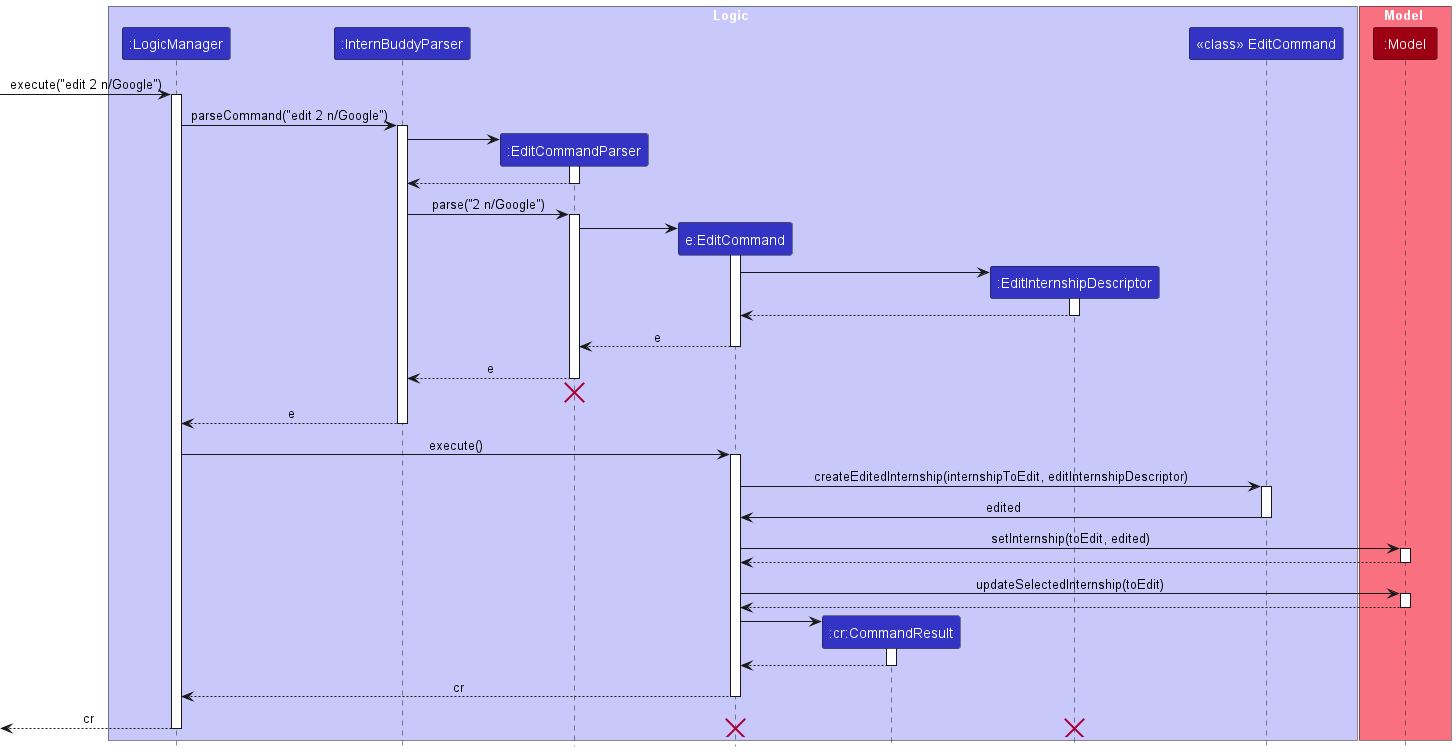
Before: docs/images/EditSequenceDiagram.png, a diagram exported from PlantUML (nus-cs2103-AY2223S2/tp).
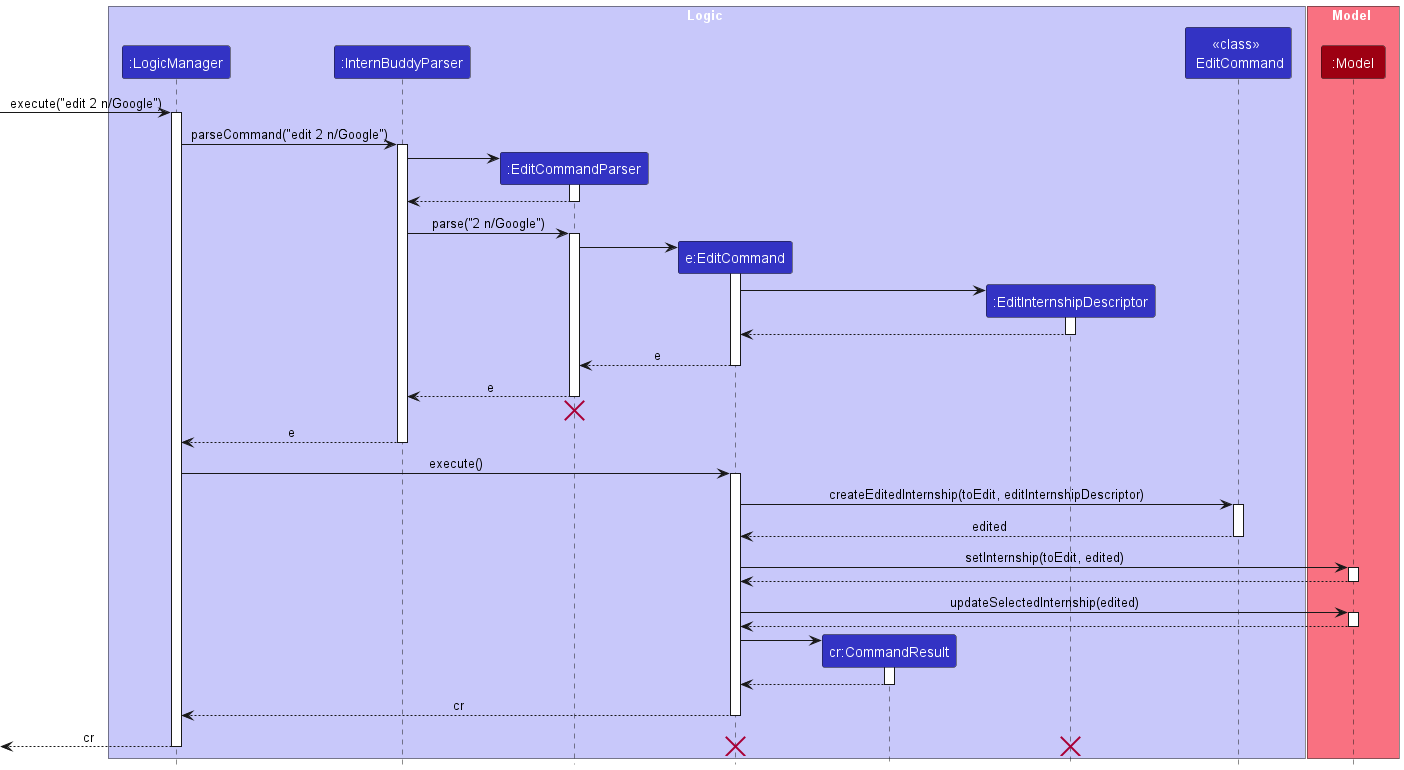
The same diagram one commit later.

Commit message:
update sequence diagram

What changed in the source:
```diff
@@ -6,9 +6,9 @@
 participant ":InternBuddyParser" as InternBuddyParser LOGIC_COLOR
 participant ":EditCommandParser" as EditCommandParser LOGIC_COLOR
 participant "e:EditCommand" as EditCommand LOGIC_COLOR
-participant ":cr:CommandResult" as CommandResult LOGIC_COLOR
+participant "cr:CommandResult" as CommandResult LOGIC_COLOR
 participant ":EditInternshipDescriptor" as Descriptor LOGIC_COLOR
-participant "<<class>> EditCommand" as ClassEditCommand LOGIC_COLOR
+participant "<<class>> \n EditCommand" as ClassEditCommand LOGIC_COLOR
 end box
 
 box Model MODEL_COLOR_T1
@@ -52,16 +52,16 @@
 
 LogicManager -> EditCommand : execute()
 activate EditCommand
-EditCommand -> ClassEditCommand : createEditedInternship(internshipToEdit, editInternshipDescriptor)
+EditCommand -> ClassEditCommand : createEditedInternship(toEdit, editInternshipDescriptor)
 activate ClassEditCommand
-ClassEditCommand ->EditCommand :edited
+ClassEditCommand -->EditCommand :edited
 deactivate ClassEditCommand
 EditCommand -> Model : setInternship(toEdit, edited)
 activate Model
 
 Model --> EditCommand
 deactivate Model
-EditCommand -> Model : updateSelectedInternship(toEdit)
+EditCommand -> Model : updateSelectedInternship(edited)
 activate Model
 
 Model --> EditCommand
```
